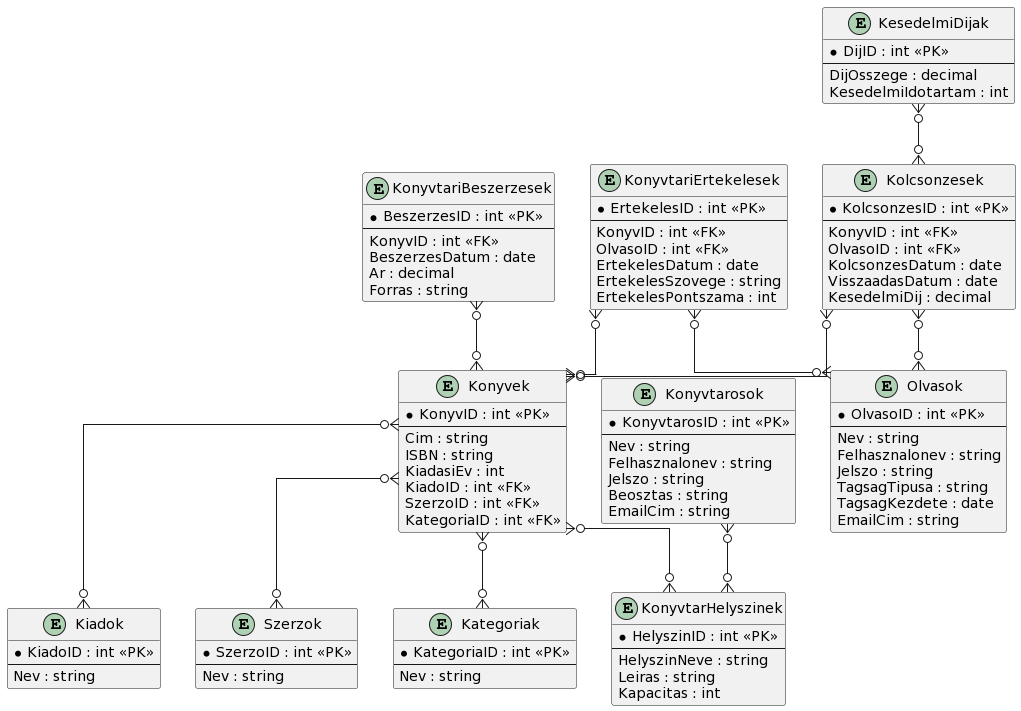
Above: LibraryDb.png in FetterDavid/LibraryApplication (PlantUML), before the change.
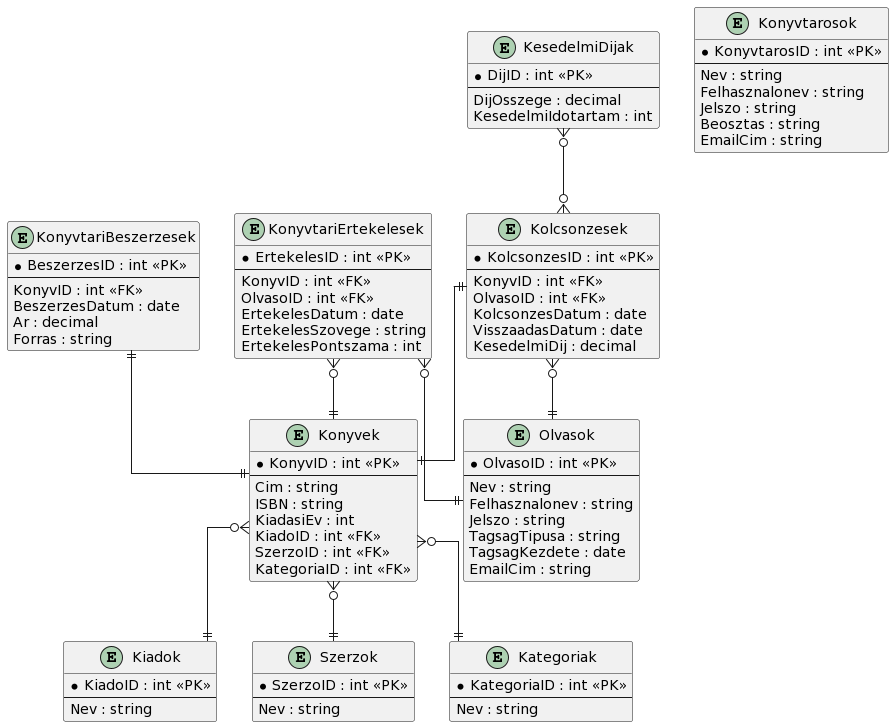
Above is the later version.

Commit message:
adatbazis abra frissitese

The edit, as a diff of the source:
```diff
@@ -62,14 +62,6 @@
   KesedelmiDij : decimal
 }
 
-entity "KonyvtarHelyszinek" as LibraryLocations {
-  *HelyszinID : int <<PK>>
-  --
-  HelyszinNeve : string
-  Leiras : string
-  Kapacitas : int
-}
-
 entity "KesedelmiDijak" as LateFees {
   *DijID : int <<PK>>
   --
@@ -96,15 +88,13 @@
   ErtekelesPontszama : int
 }
 
-Books }o--o{ LibraryLocations
-Books }o--o{ Publishers
-Books }o--o{ Authors
-Books }o--o{ Categories
-Librarians }o--o{ LibraryLocations
-Loans }o--o{ Books
-Loans }o--o{ Readers
+Books }o--|| Publishers
+Books }o--|| Authors
+Books }o--|| Categories
+Loans ||--|| Books
+Loans }o--|| Readers
 LateFees }o--o{ Loans
-LibraryAcquisitions }o--o{ Books
-LibraryReviews }o--o{ Books
-LibraryReviews }o--o{ Readers
+LibraryAcquisitions ||--|| Books
+LibraryReviews }o--|| Books
+LibraryReviews }o--|| Readers
 @enduml
```
